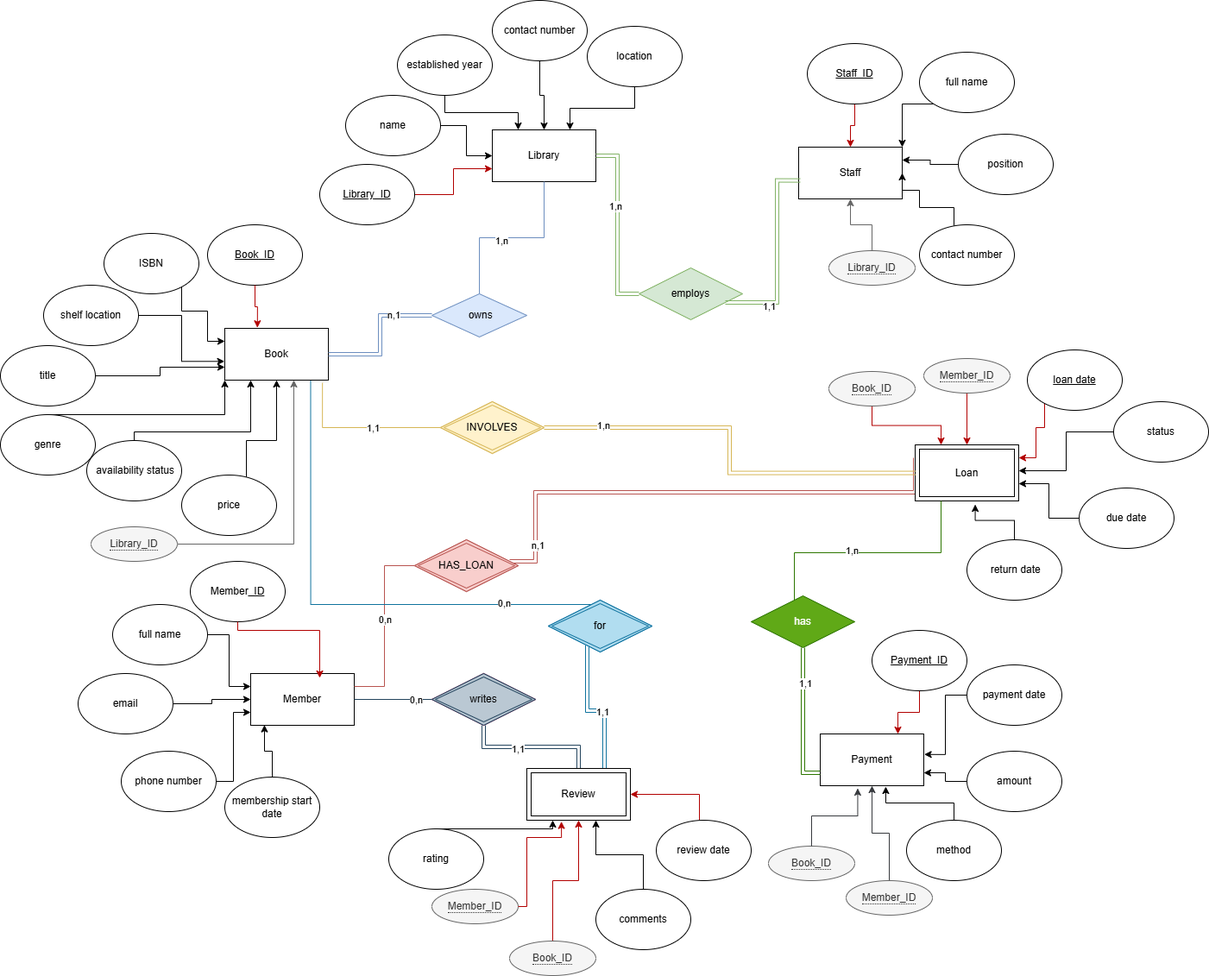
Before: ERD.png, a diagram exported from draw.io (Raiya12/Library-Management-System---DB-Project-Part1-). Source tidied: cells renumbered, new cells last; positions are measured from the earlier drawing's top-left corner, leaving out a move shared by most shapes.
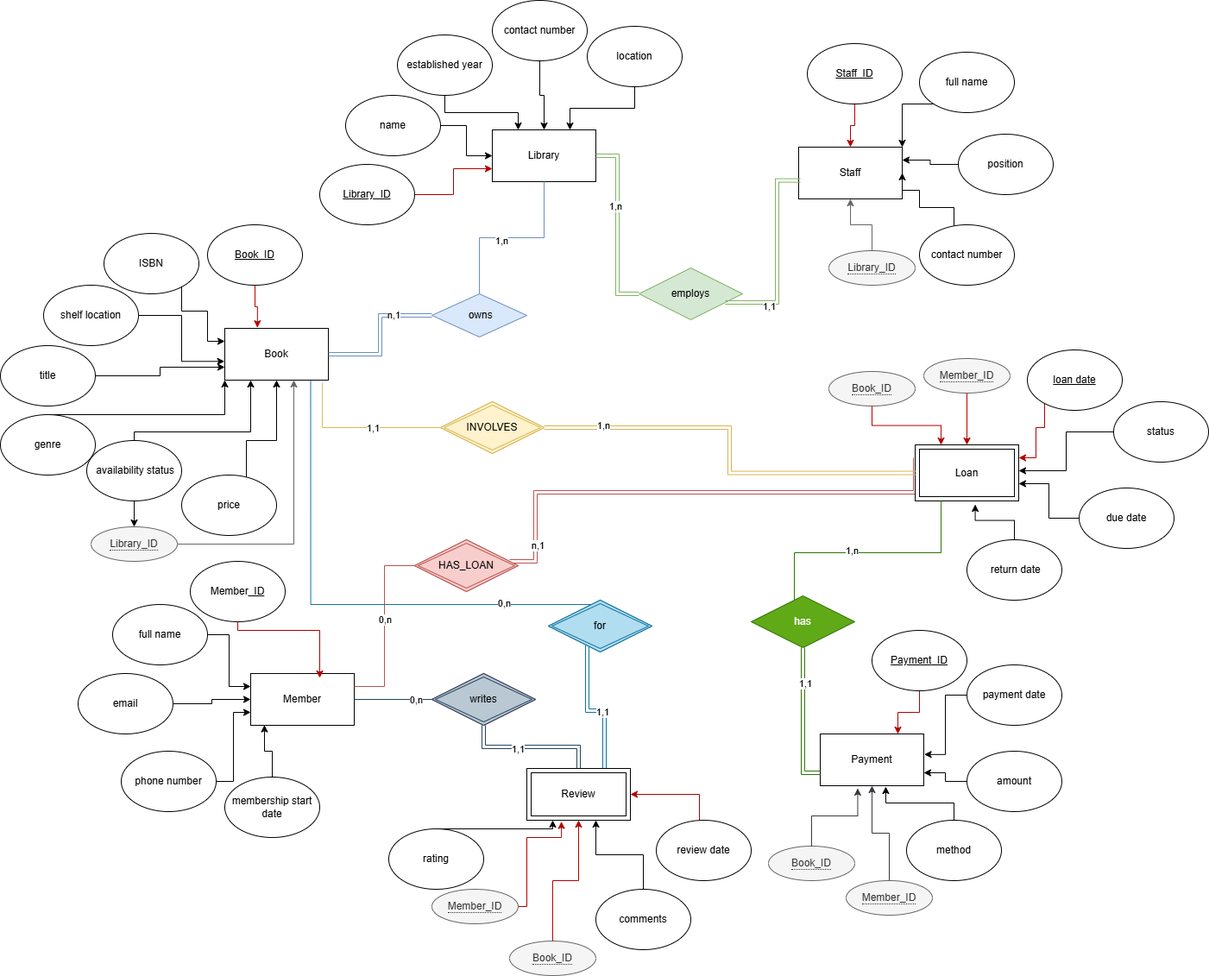
The same diagram one commit later.

Commit message:
mapping the ERD

What changed in the source:
```diff
@@ -105,6 +105,9 @@
         </Array>
       </mxGeometry>
     </mxCell>
+    <mxCell id="130" style="edgeStyle=orthogonalEdgeStyle;rounded=0;jettySize=auto;html=1;" parent="1" edge="1" source="29" target="115">
+      <mxGeometry relative="1" as="geometry" />
+    </mxCell>
     <mxCell id="29" value="&amp;nbsp;availability status" style="ellipse;whiteSpace=wrap;html=1;" parent="1" vertex="1">
       <mxGeometry x="100" y="510" width="110" height="70" as="geometry" />
     </mxCell>
```
